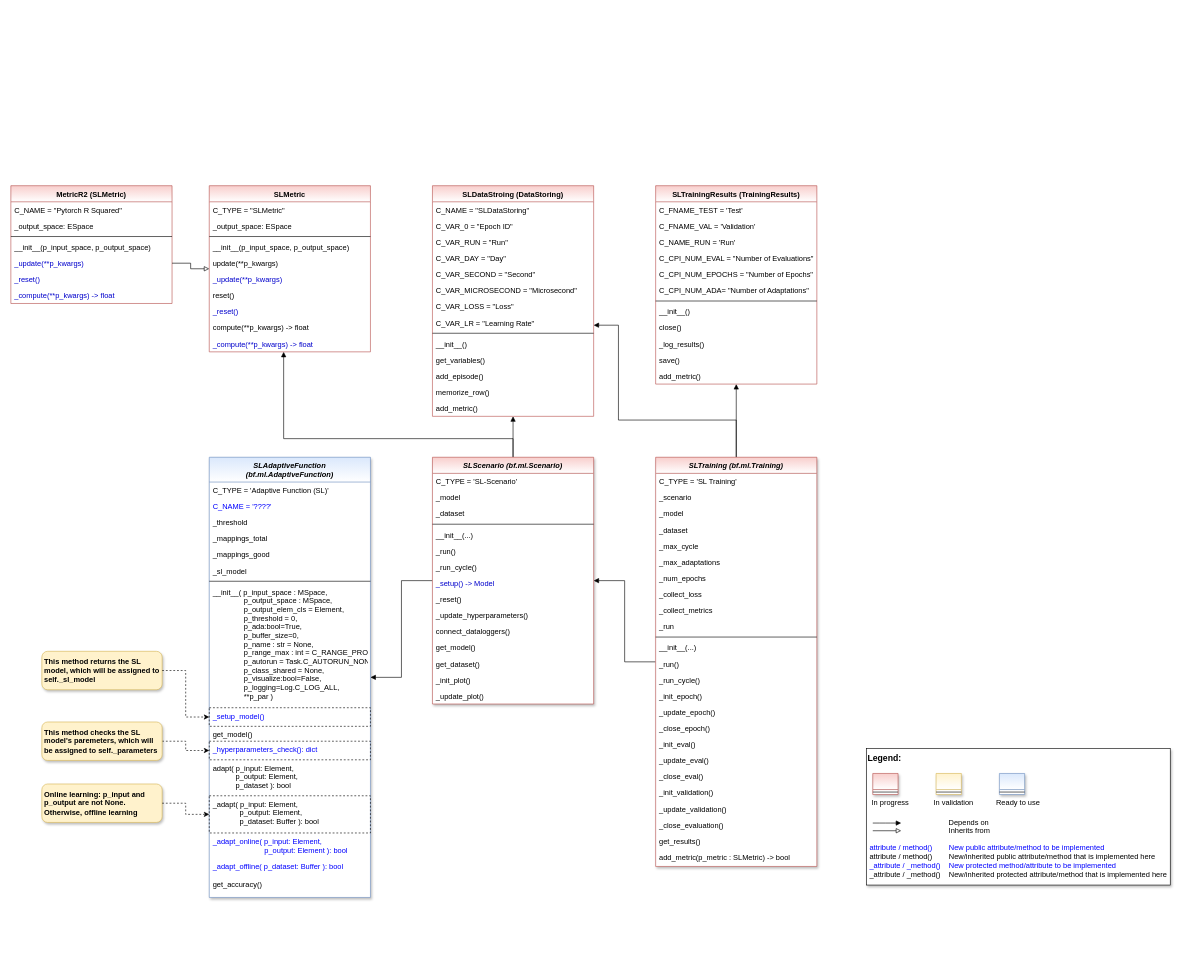
fhswf/MLPro keeps this draw.io diagram as doc/rtd/content/04_appendices/appendix2/sub/core/mlpro_sl/images/MLPro-SL-Basics_class_diagram.drawio. Above is the earlier version. Source tidied: cells renumbered, new cells numbered last; positions are measured from the earlier drawing's top-left corner, leaving out a move shared by most shapes. Both pictures are drawn from the tidied source at 62%, with x=0, y=0 at pixel (11, 185).
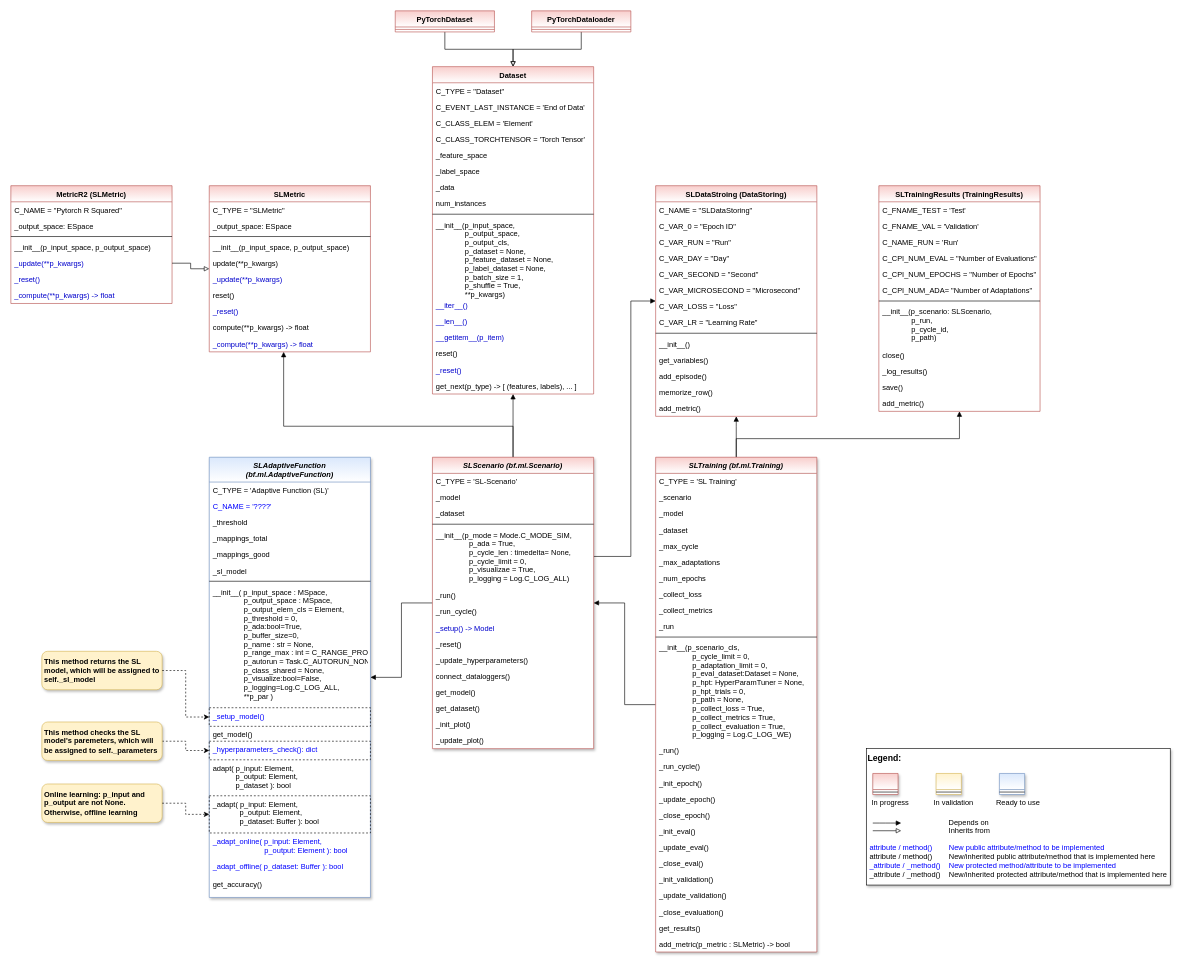
After the change.

Unchanged cells that the change refers to:
```xml
<mxCell id="111" value="SLMetric" style="swimlane;fontStyle=1;align=center;verticalAlign=top;horizontal=1;startSize=26;fillColor=#f8cecc;strokeColor=#b85450;gradientColor=#FFFFFF;swimlaneFillColor=default;" parent="1" vertex="1">
  <mxGeometry x="320" width="260" height="268" as="geometry" />
</mxCell>
```

Change to the diagram source:
```diff
@@
     <mxCell id="2" style="edgeStyle=orthogonalEdgeStyle;rounded=0;jettySize=auto;html=1;endArrow=block;endFill=1;" parent="1" edge="1" source="61" target="111">
       <mxGeometry relative="1" as="geometry">
         <Array as="points">
-          <mxPoint x="810" y="408" />
-          <mxPoint x="440" y="408" />
+          <mxPoint x="810" y="388" />
+          <mxPoint x="440" y="388" />
         </Array>
       </mxGeometry>
     </mxCell>
@@
     <mxCell id="21" style="edgeStyle=orthogonalEdgeStyle;rounded=0;jettySize=auto;html=1;endArrow=block;endFill=1;" parent="1" edge="1" source="23" target="83">
-      <mxGeometry relative="1" as="geometry" />
+      <mxGeometry relative="1" as="geometry">
+        <Array as="points">
+          <mxPoint x="1170" y="408" />
+          <mxPoint x="1530" y="408" />
+        </Array>
+      </mxGeometry>
     </mxCell>
     <mxCell id="22" style="edgeStyle=orthogonalEdgeStyle;rounded=0;jettySize=auto;html=1;endArrow=block;endFill=1;" parent="1" edge="1" source="23" target="96">
       <mxGeometry relative="1" as="geometry">
         <Array as="points">
-          <mxPoint x="1170" y="378" />
-          <mxPoint x="980" y="378" />
-          <mxPoint x="980" y="225" />
+          <mxPoint x="1170" y="388" />
+          <mxPoint x="1170" y="388" />
         </Array>
       </mxGeometry>
     </mxCell>
     <mxCell id="23" value="SLTraining (bf.ml.Training)" style="swimlane;fontStyle=3;align=center;verticalAlign=top;horizontal=1;startSize=26;rounded=0;shadow=1;strokeWidth=1;fillColor=#f8cecc;strokeColor=#b85450;swimlaneFillColor=#ffffff;gradientColor=#ffffff;" parent="1" vertex="1">
-      <mxGeometry x="1040" y="438" width="260" height="660" as="geometry" />
+      <mxGeometry x="1040" y="438" width="260" height="798" as="geometry" />
     </mxCell>
@@
-    <mxCell id="35" value="__init__(...)" style="text;align=left;verticalAlign=top;spacingLeft=4;spacingRight=4;overflow=hidden;" parent="23" vertex="1">
-      <mxGeometry y="294" width="260" height="26" as="geometry" />
+    <mxCell id="35" value="__init__(p_scenario_cls,&#10;                p_cycle_limit = 0,&#10;                p_adaptation_limit = 0,&#10;                p_eval_dataset:Dataset = None,&#10;                p_hpt: HyperParamTuner = None,&#10;                p_hpt_trials = 0,&#10;                p_path = None,&#10;                p_collect_loss = True,&#10;                p_collect_metrics = True,&#10;                p_collect_evaluation = True,&#10;                p_logging = Log.C_LOG_WE)" style="text;align=left;verticalAlign=top;spacingLeft=4;spacingRight=4;overflow=hidden;" parent="23" vertex="1">
+      <mxGeometry y="294" width="260" height="166" as="geometry" />
     </mxCell>
     <mxCell id="36" value="_run()" style="text;align=left;verticalAlign=top;spacingLeft=4;spacingRight=4;overflow=hidden;" parent="23" vertex="1">
-      <mxGeometry y="320" width="260" height="26" as="geometry" />
+      <mxGeometry y="460" width="260" height="26" as="geometry" />
     </mxCell>
     <mxCell id="37" value="_run_cycle()" style="text;align=left;verticalAlign=top;spacingLeft=4;spacingRight=4;overflow=hidden;" parent="23" vertex="1">
-      <mxGeometry y="346" width="260" height="26" as="geometry" />
+      <mxGeometry y="486" width="260" height="26" as="geometry" />
     </mxCell>
     <mxCell id="38" value="_init_epoch()" style="text;align=left;verticalAlign=top;spacingLeft=4;spacingRight=4;overflow=hidden;" parent="23" vertex="1">
-      <mxGeometry y="372" width="260" height="26" as="geometry" />
+      <mxGeometry y="512" width="260" height="26" as="geometry" />
     </mxCell>
     <mxCell id="39" value="_update_epoch()" style="text;align=left;verticalAlign=top;spacingLeft=4;spacingRight=4;overflow=hidden;" parent="23" vertex="1">
-      <mxGeometry y="398" width="260" height="26" as="geometry" />
+      <mxGeometry y="538" width="260" height="26" as="geometry" />
     </mxCell>
     <mxCell id="40" value="_close_epoch()" style="text;align=left;verticalAlign=top;spacingLeft=4;spacingRight=4;overflow=hidden;" parent="23" vertex="1">
-      <mxGeometry y="424" width="260" height="26" as="geometry" />
+      <mxGeometry y="564" width="260" height="26" as="geometry" />
     </mxCell>
     <mxCell id="41" value="_init_eval()" style="text;align=left;verticalAlign=top;spacingLeft=4;spacingRight=4;overflow=hidden;" parent="23" vertex="1">
-      <mxGeometry y="450" width="260" height="26" as="geometry" />
+      <mxGeometry y="590" width="260" height="26" as="geometry" />
     </mxCell>
     <mxCell id="42" value="_update_eval()" style="text;align=left;verticalAlign=top;spacingLeft=4;spacingRight=4;overflow=hidden;" parent="23" vertex="1">
-      <mxGeometry y="476" width="260" height="26" as="geometry" />
+      <mxGeometry y="616" width="260" height="26" as="geometry" />
     </mxCell>
     <mxCell id="43" value="_close_eval()" style="text;align=left;verticalAlign=top;spacingLeft=4;spacingRight=4;overflow=hidden;" parent="23" vertex="1">
-      <mxGeometry y="502" width="260" height="26" as="geometry" />
+      <mxGeometry y="642" width="260" height="26" as="geometry" />
     </mxCell>
     <mxCell id="44" value="_init_validation()" style="text;align=left;verticalAlign=top;spacingLeft=4;spacingRight=4;overflow=hidden;" parent="23" vertex="1">
-      <mxGeometry y="528" width="260" height="26" as="geometry" />
+      <mxGeometry y="668" width="260" height="26" as="geometry" />
     </mxCell>
     <mxCell id="45" value="_update_validation()" style="text;align=left;verticalAlign=top;spacingLeft=4;spacingRight=4;overflow=hidden;" parent="23" vertex="1">
-      <mxGeometry y="554" width="260" height="26" as="geometry" />
+      <mxGeometry y="694" width="260" height="26" as="geometry" />
     </mxCell>
     <mxCell id="46" value="_close_evaluation()" style="text;align=left;verticalAlign=top;spacingLeft=4;spacingRight=4;overflow=hidden;" parent="23" vertex="1">
-      <mxGeometry y="580" width="260" height="26" as="geometry" />
+      <mxGeometry y="720" width="260" height="26" as="geometry" />
     </mxCell>
     <mxCell id="47" value="get_results()" style="text;align=left;verticalAlign=top;spacingLeft=4;spacingRight=4;overflow=hidden;" parent="23" vertex="1">
-      <mxGeometry y="606" width="260" height="26" as="geometry" />
+      <mxGeometry y="746" width="260" height="26" as="geometry" />
     </mxCell>
     <mxCell id="48" value="add_metric(p_metric : SLMetric) -&gt; bool" style="text;align=left;verticalAlign=top;spacingLeft=4;spacingRight=4;overflow=hidden;" parent="23" vertex="1">
-      <mxGeometry y="632" width="260" height="26" as="geometry" />
+      <mxGeometry y="772" width="260" height="26" as="geometry" />
     </mxCell>
@@
     <mxCell id="60" style="edgeStyle=orthogonalEdgeStyle;rounded=0;jettySize=auto;html=1;endArrow=block;endFill=1;" parent="1" edge="1" source="61" target="96">
-      <mxGeometry relative="1" as="geometry" />
+      <mxGeometry relative="1" as="geometry">
+        <Array as="points">
+          <mxPoint x="1000" y="598" />
+          <mxPoint x="1000" y="186" />
+        </Array>
+      </mxGeometry>
     </mxCell>
+    <mxCell id="131" style="edgeStyle=orthogonalEdgeStyle;rounded=0;jettySize=auto;html=1;fontColor=#0000CC;endArrow=block;endFill=1;" parent="1" edge="1" source="61" target="132">
+      <mxGeometry relative="1" as="geometry" />
+    </mxCell>
     <mxCell id="61" value="SLScenario (bf.ml.Scenario)" style="swimlane;fontStyle=3;align=center;verticalAlign=top;horizontal=1;startSize=26;rounded=0;shadow=1;strokeWidth=1;fillColor=#f8cecc;strokeColor=#b85450;swimlaneFillColor=#ffffff;gradientColor=#ffffff;" parent="1" vertex="1">
-      <mxGeometry x="680" y="438" width="260" height="398" as="geometry" />
+      <mxGeometry x="680" y="438" width="260" height="470" as="geometry" />
     </mxCell>
@@
-    <mxCell id="66" value="__init__(...)" style="text;align=left;verticalAlign=top;spacingLeft=4;spacingRight=4;overflow=hidden;" parent="61" vertex="1">
-      <mxGeometry y="112" width="260" height="26" as="geometry" />
+    <mxCell id="66" value="__init__(p_mode = Mode.C_MODE_SIM,&#10;                p_ada = True,&#10;                p_cycle_len : timedelta= None,&#10;                p_cycle_limit = 0,&#10;                p_visualizae = True,&#10;                p_logging = Log.C_LOG_ALL)" style="text;align=left;verticalAlign=top;spacingLeft=4;spacingRight=4;overflow=hidden;" parent="61" vertex="1">
+      <mxGeometry y="112" width="260" height="98" as="geometry" />
     </mxCell>
     <mxCell id="67" value="_run()" style="text;align=left;verticalAlign=top;spacingLeft=4;spacingRight=4;overflow=hidden;" parent="61" vertex="1">
-      <mxGeometry y="138" width="260" height="26" as="geometry" />
+      <mxGeometry y="210" width="260" height="26" as="geometry" />
     </mxCell>
     <mxCell id="68" value="_run_cycle()" style="text;align=left;verticalAlign=top;spacingLeft=4;spacingRight=4;overflow=hidden;" parent="61" vertex="1">
-      <mxGeometry y="164" width="260" height="26" as="geometry" />
+      <mxGeometry y="236" width="260" height="26" as="geometry" />
     </mxCell>
     <mxCell id="69" value="_setup() -&gt; Model" style="text;align=left;verticalAlign=top;spacingLeft=4;spacingRight=4;overflow=hidden;fontColor=#0000CC;" parent="61" vertex="1">
-      <mxGeometry y="190" width="260" height="26" as="geometry" />
+      <mxGeometry y="262" width="260" height="26" as="geometry" />
     </mxCell>
     <mxCell id="70" value="_reset()" style="text;align=left;verticalAlign=top;spacingLeft=4;spacingRight=4;overflow=hidden;" parent="61" vertex="1">
-      <mxGeometry y="216" width="260" height="26" as="geometry" />
+      <mxGeometry y="288" width="260" height="26" as="geometry" />
     </mxCell>
     <mxCell id="71" value="_update_hyperparameters()" style="text;align=left;verticalAlign=top;spacingLeft=4;spacingRight=4;overflow=hidden;" parent="61" vertex="1">
-      <mxGeometry y="242" width="260" height="26" as="geometry" />
+      <mxGeometry y="314" width="260" height="26" as="geometry" />
     </mxCell>
     <mxCell id="72" value="connect_dataloggers()" style="text;align=left;verticalAlign=top;spacingLeft=4;spacingRight=4;overflow=hidden;" parent="61" vertex="1">
-      <mxGeometry y="268" width="260" height="26" as="geometry" />
+      <mxGeometry y="340" width="260" height="26" as="geometry" />
     </mxCell>
     <mxCell id="73" value="get_model()" style="text;align=left;verticalAlign=top;spacingLeft=4;spacingRight=4;overflow=hidden;" parent="61" vertex="1">
-      <mxGeometry y="294" width="260" height="26" as="geometry" />
+      <mxGeometry y="366" width="260" height="26" as="geometry" />
     </mxCell>
     <mxCell id="74" value="get_dataset()" style="text;align=left;verticalAlign=top;spacingLeft=4;spacingRight=4;overflow=hidden;" parent="61" vertex="1">
-      <mxGeometry y="320" width="260" height="26" as="geometry" />
+      <mxGeometry y="392" width="260" height="26" as="geometry" />
     </mxCell>
     <mxCell id="75" value="_init_plot()" style="text;align=left;verticalAlign=top;spacingLeft=4;spacingRight=4;overflow=hidden;" parent="61" vertex="1">
-      <mxGeometry y="346" width="260" height="26" as="geometry" />
+      <mxGeometry y="418" width="260" height="26" as="geometry" />
     </mxCell>
     <mxCell id="76" value="_update_plot()" style="text;align=left;verticalAlign=top;spacingLeft=4;spacingRight=4;overflow=hidden;" parent="61" vertex="1">
-      <mxGeometry y="372" width="260" height="26" as="geometry" />
+      <mxGeometry y="444" width="260" height="26" as="geometry" />
     </mxCell>
@@
     <mxCell id="83" value="SLTrainingResults (TrainingResults)" style="swimlane;fontStyle=1;align=center;verticalAlign=top;horizontal=1;startSize=26;fillColor=#f8cecc;strokeColor=#b85450;gradientColor=#FFFFFF;swimlaneFillColor=default;" parent="1" vertex="1">
-      <mxGeometry x="1040" width="260" height="320" as="geometry" />
+      <mxGeometry x="1400" width="260" height="364" as="geometry" />
     </mxCell>
@@
-    <mxCell id="91" value="__init__()" style="text;strokeColor=none;fillColor=none;align=left;verticalAlign=top;spacingLeft=4;spacingRight=4;overflow=hidden;" parent="83" vertex="1">
-      <mxGeometry y="190" width="260" height="26" as="geometry" />
+    <mxCell id="91" value="__init__(p_scenario: SLScenario,&#10;              p_run,&#10;              p_cycle_id,&#10;              p_path)" style="text;strokeColor=none;fillColor=none;align=left;verticalAlign=top;spacingLeft=4;spacingRight=4;overflow=hidden;" parent="83" vertex="1">
+      <mxGeometry y="190" width="260" height="70" as="geometry" />
     </mxCell>
     <mxCell id="92" value="close()" style="text;strokeColor=none;fillColor=none;align=left;verticalAlign=top;spacingLeft=4;spacingRight=4;overflow=hidden;" parent="83" vertex="1">
-      <mxGeometry y="216" width="260" height="26" as="geometry" />
+      <mxGeometry y="260" width="260" height="26" as="geometry" />
     </mxCell>
     <mxCell id="93" value="_log_results()" style="text;strokeColor=none;fillColor=none;align=left;verticalAlign=top;spacingLeft=4;spacingRight=4;overflow=hidden;" parent="83" vertex="1">
-      <mxGeometry y="242" width="260" height="26" as="geometry" />
+      <mxGeometry y="286" width="260" height="26" as="geometry" />
     </mxCell>
     <mxCell id="94" value="save()" style="text;strokeColor=none;fillColor=none;align=left;verticalAlign=top;spacingLeft=4;spacingRight=4;overflow=hidden;" parent="83" vertex="1">
-      <mxGeometry y="268" width="260" height="26" as="geometry" />
+      <mxGeometry y="312" width="260" height="26" as="geometry" />
     </mxCell>
     <mxCell id="95" value="add_metric()" style="text;strokeColor=none;fillColor=none;align=left;verticalAlign=top;spacingLeft=4;spacingRight=4;overflow=hidden;" parent="83" vertex="1">
-      <mxGeometry y="294" width="260" height="26" as="geometry" />
+      <mxGeometry y="338" width="260" height="26" as="geometry" />
     </mxCell>
     <mxCell id="96" value="SLDataStroing (DataStoring)" style="swimlane;fontStyle=1;align=center;verticalAlign=top;horizontal=1;startSize=26;fillColor=#f8cecc;strokeColor=#b85450;gradientColor=#FFFFFF;swimlaneFillColor=default;" parent="1" vertex="1">
-      <mxGeometry x="680" width="260" height="372" as="geometry" />
+      <mxGeometry x="1040" width="260" height="372" as="geometry" />
     </mxCell>
@@
+    <mxCell id="132" value="Dataset" style="swimlane;fontStyle=1;align=center;verticalAlign=top;horizontal=1;startSize=26;fillColor=#f8cecc;strokeColor=#b85450;gradientColor=#FFFFFF;swimlaneFillColor=default;" parent="1" vertex="1">
+      <mxGeometry x="680" y="-192" width="260" height="528" as="geometry" />
+    </mxCell>
+    <mxCell id="133" value="C_TYPE = &quot;Dataset&quot;" style="text;strokeColor=none;fillColor=none;align=left;verticalAlign=top;spacingLeft=4;spacingRight=4;overflow=hidden;" parent="132" vertex="1">
+      <mxGeometry y="26" width="260" height="26" as="geometry" />
+    </mxCell>
+    <mxCell id="134" value="C_EVENT_LAST_INSTANCE = 'End of Data'" style="text;strokeColor=none;fillColor=none;align=left;verticalAlign=top;spacingLeft=4;spacingRight=4;overflow=hidden;" parent="132" vertex="1">
+      <mxGeometry y="52" width="260" height="26" as="geometry" />
+    </mxCell>
+    <mxCell id="135" value="C_CLASS_ELEM = 'Element'" style="text;strokeColor=none;fillColor=none;align=left;verticalAlign=top;spacingLeft=4;spacingRight=4;overflow=hidden;" parent="132" vertex="1">
+      <mxGeometry y="78" width="260" height="26" as="geometry" />
+    </mxCell>
+    <mxCell id="136" value="C_CLASS_TORCHTENSOR = 'Torch Tensor'" style="text;strokeColor=none;fillColor=none;align=left;verticalAlign=top;spacingLeft=4;spacingRight=4;overflow=hidden;" parent="132" vertex="1">
+      <mxGeometry y="104" width="260" height="26" as="geometry" />
+    </mxCell>
+    <mxCell id="137" value="_feature_space" style="text;strokeColor=none;fillColor=none;align=left;verticalAlign=top;spacingLeft=4;spacingRight=4;overflow=hidden;" parent="132" vertex="1">
+      <mxGeometry y="130" width="260" height="26" as="geometry" />
+    </mxCell>
+    <mxCell id="138" value="_label_space" style="text;strokeColor=none;fillColor=none;align=left;verticalAlign=top;spacingLeft=4;spacingRight=4;overflow=hidden;" parent="132" vertex="1">
+      <mxGeometry y="156" width="260" height="26" as="geometry" />
+    </mxCell>
+    <mxCell id="139" value="_data" style="text;strokeColor=none;fillColor=none;align=left;verticalAlign=top;spacingLeft=4;spacingRight=4;overflow=hidden;" parent="132" vertex="1">
+      <mxGeometry y="182" width="260" height="26" as="geometry" />
+    </mxCell>
+    <mxCell id="140" value="num_instances" style="text;strokeColor=none;fillColor=none;align=left;verticalAlign=top;spacingLeft=4;spacingRight=4;overflow=hidden;" parent="132" vertex="1">
+      <mxGeometry y="208" width="260" height="26" as="geometry" />
+    </mxCell>
+    <mxCell id="141" style="line;strokeWidth=1;fillColor=none;align=left;verticalAlign=middle;spacingTop=-1;spacingLeft=3;spacingRight=3;labelPosition=right;" parent="132" vertex="1">
+      <mxGeometry y="234" width="260" height="8" as="geometry" />
+    </mxCell>
+    <mxCell id="142" value="__init__(p_input_space, &#10;              p_output_space,&#10;              p_output_cls,&#10;              p_dataset = None,&#10;              p_feature_dataset = None,&#10;              p_label_dataset = None,&#10;              p_batch_size = 1,&#10;              p_shuffle = True,&#10;              **p_kwargs)" style="text;strokeColor=none;fillColor=none;align=left;verticalAlign=top;spacingLeft=4;spacingRight=4;overflow=hidden;" parent="132" vertex="1">
+      <mxGeometry y="242" width="260" height="130" as="geometry" />
+    </mxCell>
+    <mxCell id="143" value="__iter__()" style="text;strokeColor=none;fillColor=none;align=left;verticalAlign=top;spacingLeft=4;spacingRight=4;overflow=hidden;fontColor=#0000CC;" parent="132" vertex="1">
+      <mxGeometry y="372" width="260" height="26" as="geometry" />
+    </mxCell>
+    <mxCell id="144" value="__len__()" style="text;strokeColor=none;fillColor=none;align=left;verticalAlign=top;spacingLeft=4;spacingRight=4;overflow=hidden;fontColor=#0000CC;" parent="132" vertex="1">
+      <mxGeometry y="398" width="260" height="26" as="geometry" />
+    </mxCell>
+    <mxCell id="145" value="__getitem__(p_item)" style="text;strokeColor=none;fillColor=none;align=left;verticalAlign=top;spacingLeft=4;spacingRight=4;overflow=hidden;fontColor=#0000CC;" parent="132" vertex="1">
+      <mxGeometry y="424" width="260" height="26" as="geometry" />
+    </mxCell>
+    <mxCell id="146" value="reset()" style="text;strokeColor=none;fillColor=none;align=left;verticalAlign=top;spacingLeft=4;spacingRight=4;overflow=hidden;" parent="132" vertex="1">
+      <mxGeometry y="450" width="260" height="26" as="geometry" />
+    </mxCell>
+    <mxCell id="147" value="_reset()" style="text;strokeColor=none;fillColor=none;align=left;verticalAlign=top;spacingLeft=4;spacingRight=4;overflow=hidden;fontColor=#0000CC;" parent="132" vertex="1">
+      <mxGeometry y="476" width="260" height="26" as="geometry" />
+    </mxCell>
+    <mxCell id="148" value="get_next(p_type) -&gt; [ (features, labels), ... ]" style="text;strokeColor=none;fillColor=none;align=left;verticalAlign=top;spacingLeft=4;spacingRight=4;overflow=hidden;fontColor=default;" parent="132" vertex="1">
+      <mxGeometry y="502" width="260" height="26" as="geometry" />
+    </mxCell>
+    <mxCell id="149" style="edgeStyle=orthogonalEdgeStyle;rounded=0;jettySize=auto;html=1;fontColor=default;endArrow=block;endFill=0;" parent="1" edge="1" source="150" target="132">
+      <mxGeometry relative="1" as="geometry" />
+    </mxCell>
+    <mxCell id="150" value="PyTorchDataloader" style="swimlane;fontStyle=1;align=center;verticalAlign=top;horizontal=1;startSize=26;fillColor=#f8cecc;strokeColor=#b85450;gradientColor=#FFFFFF;" parent="1" vertex="1">
+      <mxGeometry x="840" y="-282" width="160" height="34" as="geometry" />
+    </mxCell>
+    <mxCell id="151" style="line;strokeWidth=1;fillColor=#f8cecc;align=left;verticalAlign=middle;spacingTop=-1;spacingLeft=3;spacingRight=3;labelPosition=right;strokeColor=#b85450;gradientColor=#FFFFFF;" parent="150" vertex="1">
+      <mxGeometry y="26" width="160" height="8" as="geometry" />
+    </mxCell>
+    <mxCell id="152" style="edgeStyle=orthogonalEdgeStyle;rounded=0;jettySize=auto;html=1;fontColor=default;endArrow=block;endFill=0;" parent="1" edge="1" source="153" target="132">
+      <mxGeometry relative="1" as="geometry" />
+    </mxCell>
+    <mxCell id="153" value="PyTorchDataset" style="swimlane;fontStyle=1;align=center;verticalAlign=top;horizontal=1;startSize=26;fillColor=#f8cecc;strokeColor=#b85450;gradientColor=#FFFFFF;" parent="1" vertex="1">
+      <mxGeometry x="620" y="-282" width="160" height="34" as="geometry" />
+    </mxCell>
+    <mxCell id="154" style="line;strokeWidth=1;fillColor=#f8cecc;align=left;verticalAlign=middle;spacingTop=-1;spacingLeft=3;spacingRight=3;labelPosition=right;strokeColor=#b85450;gradientColor=#FFFFFF;" parent="153" vertex="1">
+      <mxGeometry y="26" width="160" height="8" as="geometry" />
+    </mxCell>
```
